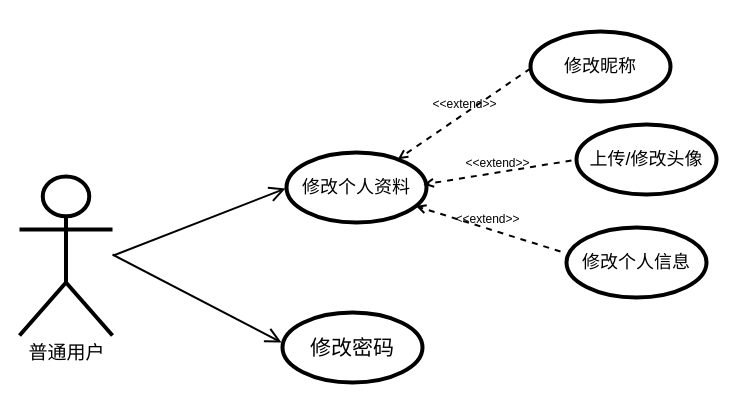
This is page "第 2 页" (2 of 8) of 用户管理子系统.drawio from IRiDecenT/graph, a draw.io file, before an edit. Source tidied: cells renumbered, new cells numbered last; positions are measured from the earlier drawing's top-left corner, leaving out a move shared by most shapes. Both pictures are drawn from the tidied source at 100%, with x=0, y=0 at pixel (19, 31).
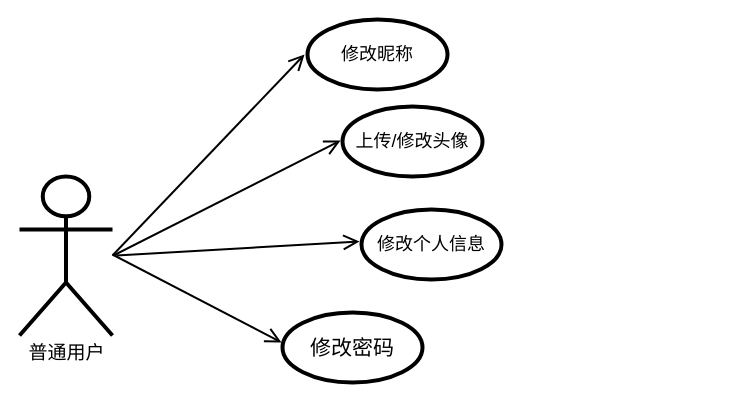
After the change.

Diff of the diagram source:
```diff
@@
 <mxGraphModel>
   <root>
     <mxCell id="0" />
     <mxCell id="1" parent="0" />
     <mxCell id="2" value="&lt;font style=&quot;font-size: 19px;&quot;&gt;普通用户&lt;/font&gt;" style="shape=umlActor;verticalLabelPosition=bottom;verticalAlign=top;html=1;strokeWidth=4;" parent="1" vertex="1">
       <mxGeometry y="145" width="93" height="159" as="geometry" />
     </mxCell>
     <mxCell id="3" style="endArrow=open;endFill=1;endSize=12;html=1;rounded=0;strokeWidth=2;" parent="1" edge="1">
       <mxGeometry relative="1" as="geometry">
         <mxPoint x="94" y="224" as="sourcePoint" />
-        <mxPoint x="266" y="157" as="targetPoint" />
+        <mxPoint x="321" y="109" as="targetPoint" />
       </mxGeometry>
     </mxCell>
     <mxCell id="4" style="endArrow=open;endFill=1;endSize=12;html=1;rounded=0;strokeWidth=2;" parent="1" edge="1">
       <mxGeometry relative="1" as="geometry">
         <mxPoint x="93" y="223" as="sourcePoint" />
         <mxPoint x="262" y="311" as="targetPoint" />
       </mxGeometry>
     </mxCell>
-    <mxCell id="5" value="&lt;font style=&quot;font-size: 18px;&quot;&gt;修改个人资料&lt;/font&gt;" style="ellipse;whiteSpace=wrap;html=1;strokeWidth=4;" parent="1" vertex="1">
-      <mxGeometry x="267" y="121" width="140" height="70" as="geometry" />
-    </mxCell>
     <mxCell id="6" value="&lt;span style=&quot;font-size: 21px;&quot;&gt;修改密码&lt;/span&gt;" style="ellipse;whiteSpace=wrap;html=1;strokeWidth=4;" parent="1" vertex="1">
       <mxGeometry x="263" y="281" width="140" height="70" as="geometry" />
     </mxCell>
     <mxCell id="7" value="&lt;span style=&quot;font-size: 18px;&quot;&gt;修改昵称&lt;/span&gt;" style="ellipse;whiteSpace=wrap;html=1;strokeWidth=4;" parent="1" vertex="1">
-      <mxGeometry x="511" width="140" height="70" as="geometry" />
+      <mxGeometry x="288" y="-12" width="140" height="70" as="geometry" />
     </mxCell>
     <mxCell id="8" value="&lt;font style=&quot;font-size: 18px;&quot;&gt;上传/修改头像&lt;/font&gt;" style="ellipse;whiteSpace=wrap;html=1;strokeWidth=4;" parent="1" vertex="1">
-      <mxGeometry x="557" y="93" width="140" height="70" as="geometry" />
+      <mxGeometry x="323" y="75" width="140" height="70" as="geometry" />
     </mxCell>
     <mxCell id="9" value="&lt;span style=&quot;font-size: 18px;&quot;&gt;修改个人信息&lt;/span&gt;" style="ellipse;whiteSpace=wrap;html=1;strokeWidth=4;" parent="1" vertex="1">
-      <mxGeometry x="547" y="196" width="140" height="70" as="geometry" />
+      <mxGeometry x="342" y="178" width="140" height="70" as="geometry" />
     </mxCell>
-    <mxCell id="10" value="&lt;font style=&quot;font-size: 12px;&quot;&gt;&amp;lt;&amp;lt;extend&amp;gt;&amp;gt;&lt;/font&gt;" style="html=1;verticalAlign=bottom;labelBackgroundColor=none;endArrow=open;endFill=0;dashed=1;rounded=0;strokeWidth=2;" parent="1" edge="1" target="5">
-      <mxGeometry relative="1" as="geometry">
-        <mxPoint x="511" y="37" as="sourcePoint" />
-      </mxGeometry>
-    </mxCell>
-    <mxCell id="11" value="&lt;font style=&quot;font-size: 12px;&quot;&gt;&amp;lt;&amp;lt;extend&amp;gt;&amp;gt;&lt;/font&gt;" style="html=1;verticalAlign=bottom;labelBackgroundColor=none;endArrow=open;endFill=0;dashed=1;rounded=0;strokeWidth=2;" parent="1" edge="1">
-      <mxGeometry relative="1" as="geometry">
-        <mxPoint x="552" y="129" as="sourcePoint" />
-        <mxPoint x="404" y="153" as="targetPoint" />
-      </mxGeometry>
-    </mxCell>
-    <mxCell id="12" value="&lt;font style=&quot;font-size: 12px;&quot;&gt;&amp;lt;&amp;lt;extend&amp;gt;&amp;gt;&lt;/font&gt;" style="html=1;verticalAlign=bottom;labelBackgroundColor=none;endArrow=open;endFill=0;dashed=1;rounded=0;strokeWidth=2;" parent="1" edge="1" target="5">
-      <mxGeometry relative="1" as="geometry">
-        <mxPoint x="541" y="220" as="sourcePoint" />
-      </mxGeometry>
-    </mxCell>
+    <mxCell id="13" style="endArrow=open;endFill=1;endSize=12;html=1;rounded=0;strokeWidth=2;" parent="1" edge="1">
+      <mxGeometry relative="1" as="geometry">
+        <mxPoint x="93" y="224" as="sourcePoint" />
+        <mxPoint x="285" y="23" as="targetPoint" />
+      </mxGeometry>
+    </mxCell>
+    <mxCell id="14" style="endArrow=open;endFill=1;endSize=12;html=1;rounded=0;strokeWidth=2;" parent="1" edge="1">
+      <mxGeometry relative="1" as="geometry">
+        <mxPoint x="97" y="224" as="sourcePoint" />
+        <mxPoint x="340" y="210" as="targetPoint" />
+      </mxGeometry>
+    </mxCell>
   </root>
 </mxGraphModel>
```
